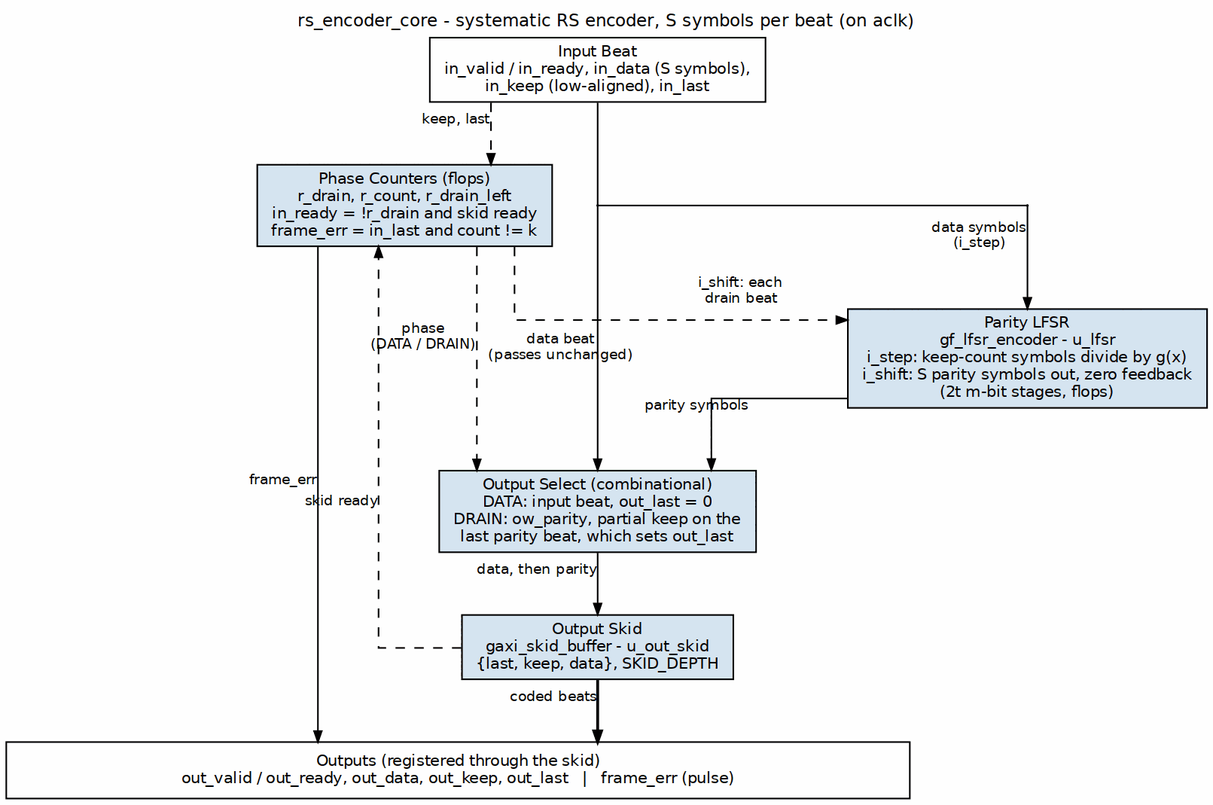
sean-galloway/RTLDesignSherpa keeps this Graphviz diagram as projects/components/ecc-ip/reed-solomon/docs/reed_solomon_mas/assets/graphviz/rs_encoder_core.png. Above is the earlier version. Its source is kept beside it as projects/components/ecc-ip/reed-solomon/docs/reed_solomon_mas/assets/graphviz/rs_encoder_core.dot. Its diagram source:
```dot
digraph rs_encoder_core {
    graph [rankdir=TB, bgcolor="white", fontname="Helvetica", fontsize=11,
           nodesep="0.40", ranksep="0.55", splines=ortho, newrank=true,
           labelloc=t, labeljust=c];
    node  [fontname="Helvetica", fontsize=10, shape=box, style=filled,
           fillcolor="#D6E4F0", color="black", margin="0.12,0.06"];
    edge  [fontname="Helvetica", fontsize=9, color="black", arrowsize=0.7];
    label="rs_encoder_core - systematic RS encoder, S symbols per beat (on aclk)";

    in   [label="Input Beat\nin_valid / in_ready, in_data (S symbols),\nin_keep (low-aligned), in_last", fillcolor="white", group=C];

    ctl  [label="Phase Counters (flops)\nr_drain, r_count, r_drain_left\nin_ready = !r_drain and skid ready\nframe_err = in_last and count != k", group=L];
    p_in [shape=point, width=0.01, group=C];
    p_l  [shape=point, width=0.01, group=R];
    lfsr [label="Parity LFSR\ngf_lfsr_encoder - u_lfsr\ni_step: keep-count symbols divide by g(x)\ni_shift: S parity symbols out, zero feedback\n(2t m-bit stages, flops)", group=R];
    sel  [label="Output Select (combinational)\nDATA: input beat, out_last = 0\nDRAIN: ow_parity, partial keep on the\nlast parity beat, which sets out_last", group=C];
    skid [label="Output Skid\ngaxi_skid_buffer - u_out_skid\n{last, keep, data}, SKID_DEPTH", group=C];

    bar  [label="Outputs (registered through the skid)\nout_valid / out_ready, out_data, out_keep, out_last   |   frame_err (pulse)",
          fillcolor="white", width=8.0];

    in   -> p_in [arrowhead=none, headclip=false];
    p_in -> sel  [tailclip=false, xlabel="data beat\n(passes unchanged)"];
    p_in -> p_l  [arrowhead=none, tailclip=false, headclip=false];
    p_l  -> lfsr [tailclip=false, xlabel="data symbols\n(i_step)"];
    lfsr -> sel  [xlabel="parity symbols"];
    sel  -> skid [xlabel="data, then parity"];
    skid -> bar  [xlabel="coded beats", penwidth=1.8];

    in   -> ctl  [style=dashed, xlabel="keep, last"];
    ctl  -> sel  [style=dashed, xlabel="phase\n(DATA / DRAIN)"];
    ctl  -> lfsr [style=dashed, constraint=false, headlabel="i_shift: each\ndrain beat", labelangle=-15, labeldistance=7];
    skid -> ctl  [style=dashed, constraint=false, xlabel="skid ready"];
    ctl  -> bar  [xlabel="frame_err"];

    sp [label="", width=1.2, style=invis];
    { rank=same; ctl; p_in; p_l; }
    { rank=same; lfsr; sp; }
    ctl -> p_in -> p_l [style=invis];
    sp -> lfsr [style=invis];
}
```
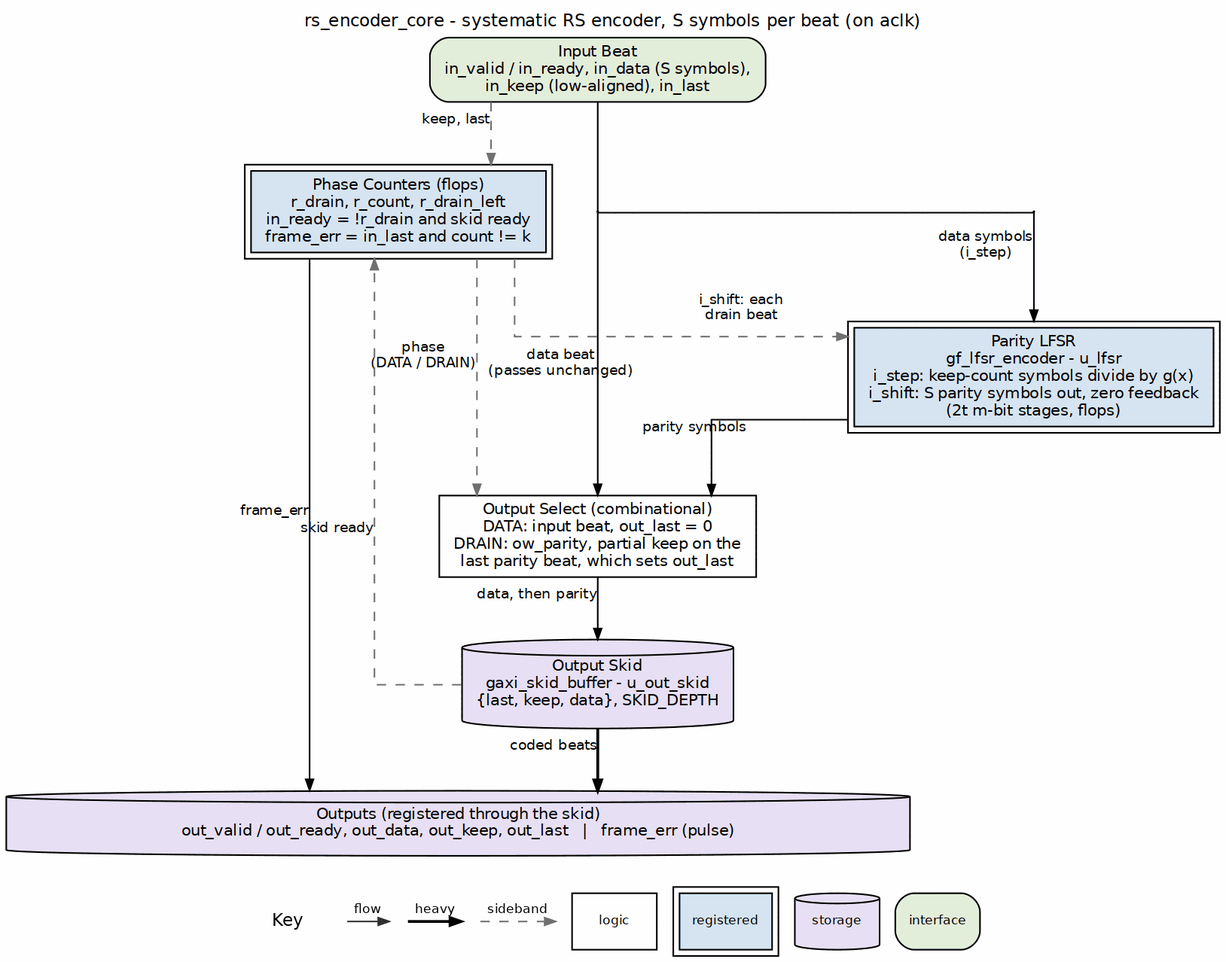
The same diagram one commit later.

What changed in the source:
```diff
@@ -3,21 +3,21 @@
            nodesep="0.40", ranksep="0.55", splines=ortho, newrank=true,
            labelloc=t, labeljust=c];
     node  [fontname="Helvetica", fontsize=10, shape=box, style=filled,
-           fillcolor="#D6E4F0", color="black", margin="0.12,0.06"];
+           fillcolor="white", color="black", margin="0.12,0.06"];
     edge  [fontname="Helvetica", fontsize=9, color="black", arrowsize=0.7];
     label="rs_encoder_core - systematic RS encoder, S symbols per beat (on aclk)";
 
-    in   [label="Input Beat\nin_valid / in_ready, in_data (S symbols),\nin_keep (low-aligned), in_last", fillcolor="white", group=C];
+    in   [label="Input Beat\nin_valid / in_ready, in_data (S symbols),\nin_keep (low-aligned), in_last", fillcolor="white", group=C, style="rounded,filled", fillcolor="#E2EFDA"];
 
-    ctl  [label="Phase Counters (flops)\nr_drain, r_count, r_drain_left\nin_ready = !r_drain and skid ready\nframe_err = in_last and count != k", group=L];
+    ctl  [label="Phase Counters (flops)\nr_drain, r_count, r_drain_left\nin_ready = !r_drain and skid ready\nframe_err = in_last and count != k", group=L, peripheries=2, style="filled", fillcolor="#D6E4F0"];
     p_in [shape=point, width=0.01, group=C];
     p_l  [shape=point, width=0.01, group=R];
-    lfsr [label="Parity LFSR\ngf_lfsr_encoder - u_lfsr\ni_step: keep-count symbols divide by g(x)\ni_shift: S parity symbols out, zero feedback\n(2t m-bit stages, flops)", group=R];
-    sel  [label="Output Select (combinational)\nDATA: input beat, out_last = 0\nDRAIN: ow_parity, partial keep on the\nlast parity beat, which sets out_last", group=C];
-    skid [label="Output Skid\ngaxi_skid_buffer - u_out_skid\n{last, keep, data}, SKID_DEPTH", group=C];
+    lfsr [label="Parity LFSR\ngf_lfsr_encoder - u_lfsr\ni_step: keep-count symbols divide by g(x)\ni_shift: S parity symbols out, zero feedback\n(2t m-bit stages, flops)", group=R, peripheries=2, style="filled", fillcolor="#D6E4F0"];
+    sel  [label="Output Select (combinational)\nDATA: input beat, out_last = 0\nDRAIN: ow_parity, partial keep on the\nlast parity beat, which sets out_last", group=C, style="filled", fillcolor="white"];
+    skid [label="Output Skid\ngaxi_skid_buffer - u_out_skid\n{last, keep, data}, SKID_DEPTH", group=C, shape=cylinder, style="filled", fillcolor="#E8DFF5"];
 
     bar  [label="Outputs (registered through the skid)\nout_valid / out_ready, out_data, out_keep, out_last   |   frame_err (pulse)",
-          fillcolor="white", width=8.0];
+          fillcolor="white", width=8.0, shape=cylinder, style="filled", fillcolor="#E8DFF5"];
 
     in   -> p_in [arrowhead=none, headclip=false];
     p_in -> sel  [tailclip=false, xlabel="data beat\n(passes unchanged)"];
@@ -27,10 +27,10 @@
     sel  -> skid [xlabel="data, then parity"];
     skid -> bar  [xlabel="coded beats", penwidth=1.8];
 
-    in   -> ctl  [style=dashed, xlabel="keep, last"];
-    ctl  -> sel  [style=dashed, xlabel="phase\n(DATA / DRAIN)"];
-    ctl  -> lfsr [style=dashed, constraint=false, headlabel="i_shift: each\ndrain beat", labelangle=-15, labeldistance=7];
-    skid -> ctl  [style=dashed, constraint=false, xlabel="skid ready"];
+    in   -> ctl  [style=dashed, color="#777777", xlabel="keep, last"];
+    ctl  -> sel  [style=dashed, color="#777777", xlabel="phase\n(DATA / DRAIN)"];
+    ctl  -> lfsr [style=dashed, color="#777777", constraint=false, headlabel="i_shift: each\ndrain beat", labelangle=-15, labeldistance=7];
+    skid -> ctl  [style=dashed, color="#777777", constraint=false, xlabel="skid ready"];
     ctl  -> bar  [xlabel="frame_err"];
 
     sp [label="", width=1.2, style=invis];
```
